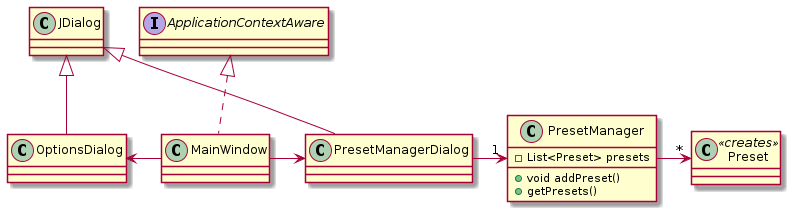
This is class_diagram.png from Atrament666/Timer, a PlantUML export, as it was before one commit.
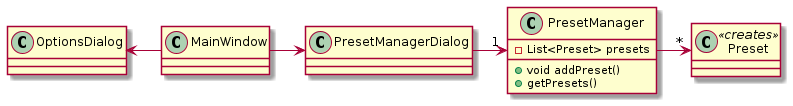
The same file after the commit.

The edit, as a diff of the source:
```diff
@@ -1,9 +1,8 @@
 @startuml
-class MainWindow implements ApplicationContextAware
-class OptionsDialog extends JDialog
-class PresetManagerDialog extends JDialog
+class MainWindow
+class OptionsDialog
+class PresetManagerDialog
 class Preset
-interface ApplicationContextAware
 
 class PresetManager {
      +void addPreset()
```
